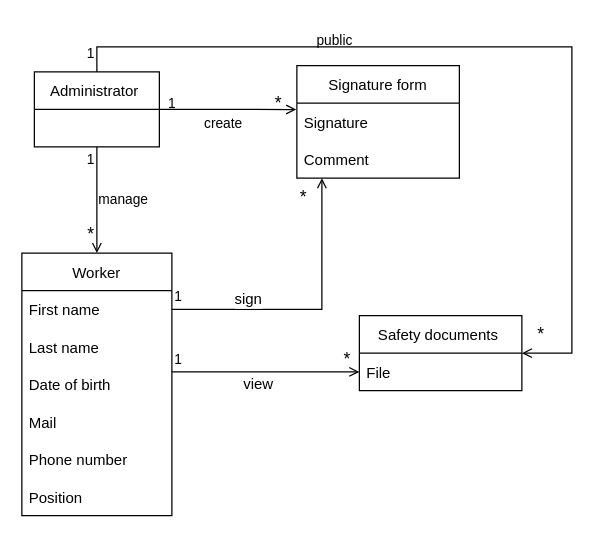
oleksandrblazhko/ai204-kostetskij keeps this draw.io diagram as 2-SoftwareDesign/2.1-UMLConceptClasses/UMLConceptClasses.drawio. Above is the earlier version. Source tidied: cells renumbered, new cells numbered last; positions are measured from the earlier drawing's top-left corner, leaving out a move shared by most shapes. Both pictures are drawn from the tidied source at 125%, with x=0, y=0 at pixel (21, 21).
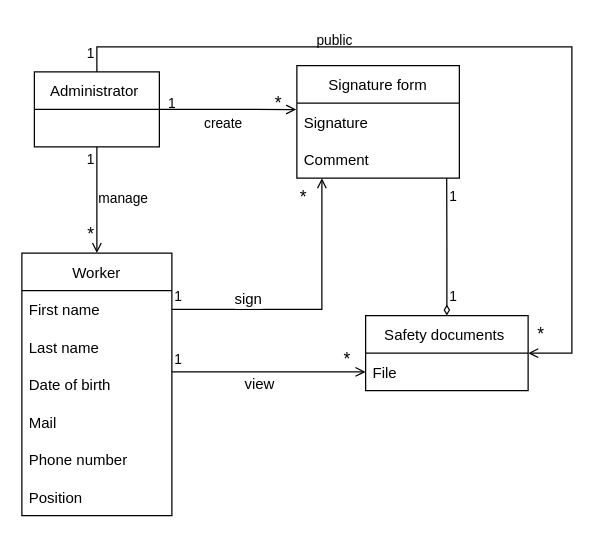
The same diagram, later.

Unchanged cells that the change refers to:
```xml
<mxCell id="2" style="edgeStyle=orthogonalEdgeStyle;rounded=0;jettySize=auto;html=1;exitX=0.5;exitY=1;exitDx=0;exitDy=0;entryX=0.5;entryY=0;entryDx=0;entryDy=0;fontSize=12;endArrow=open;endFill=0;targetPerimeterSpacing=0;" parent="1" edge="1" source="7" target="8">
  <mxGeometry relative="1" as="geometry" />
</mxCell>
<mxCell id="17" value="Comment " style="text;strokeColor=none;fillColor=none;align=left;verticalAlign=middle;spacingLeft=4;spacingRight=4;overflow=hidden;points=[[0,0.5],[1,0.5]];portConstraint=eastwest;fontSize=12;" parent="15" vertex="1">
  <mxGeometry y="60" width="130" height="30" as="geometry" />
</mxCell>
```

What changed in the source:
```diff
@@
     <mxCell id="3" value="&lt;font style=&quot;font-size: 11px;&quot;&gt;manage&lt;/font&gt;" style="edgeLabel;html=1;align=center;verticalAlign=middle;fontSize=12;" parent="2" vertex="1">
       <mxGeometry x="-0.04" y="-1" relative="1" as="geometry">
-        <mxPoint x="21" as="offset" />
+        <mxPoint x="21" y="-1" as="offset" />
       </mxGeometry>
     </mxCell>
@@
+    <mxCell id="35" style="edgeStyle=orthogonalEdgeStyle;rounded=0;jettySize=auto;html=1;exitX=0.5;exitY=0;exitDx=0;exitDy=0;entryX=0.922;entryY=0.999;entryDx=0;entryDy=0;entryPerimeter=0;fontSize=12;endArrow=none;endFill=0;targetPerimeterSpacing=0;startArrow=diamondThin;startFill=0;" parent="1" edge="1" source="22" target="17">
+      <mxGeometry relative="1" as="geometry" />
+    </mxCell>
     <mxCell id="22" value="Safety documents " style="swimlane;fontStyle=0;horizontal=1;startSize=30;fontSize=12;" parent="1" vertex="1">
-      <mxGeometry x="270" y="235" width="130" height="60" as="geometry" />
+      <mxGeometry x="275" y="235" width="130" height="60" as="geometry" />
     </mxCell>
@@
+    <mxCell id="36" value="1" style="text;html=1;align=center;verticalAlign=middle;strokeColor=none;fillColor=none;fontSize=11;" parent="1" vertex="1">
+      <mxGeometry x="330" y="125" width="30" height="30" as="geometry" />
+    </mxCell>
+    <mxCell id="37" value="1" style="text;html=1;align=center;verticalAlign=middle;strokeColor=none;fillColor=none;fontSize=11;" parent="1" vertex="1">
+      <mxGeometry x="330" y="205" width="30" height="30" as="geometry" />
+    </mxCell>
```
